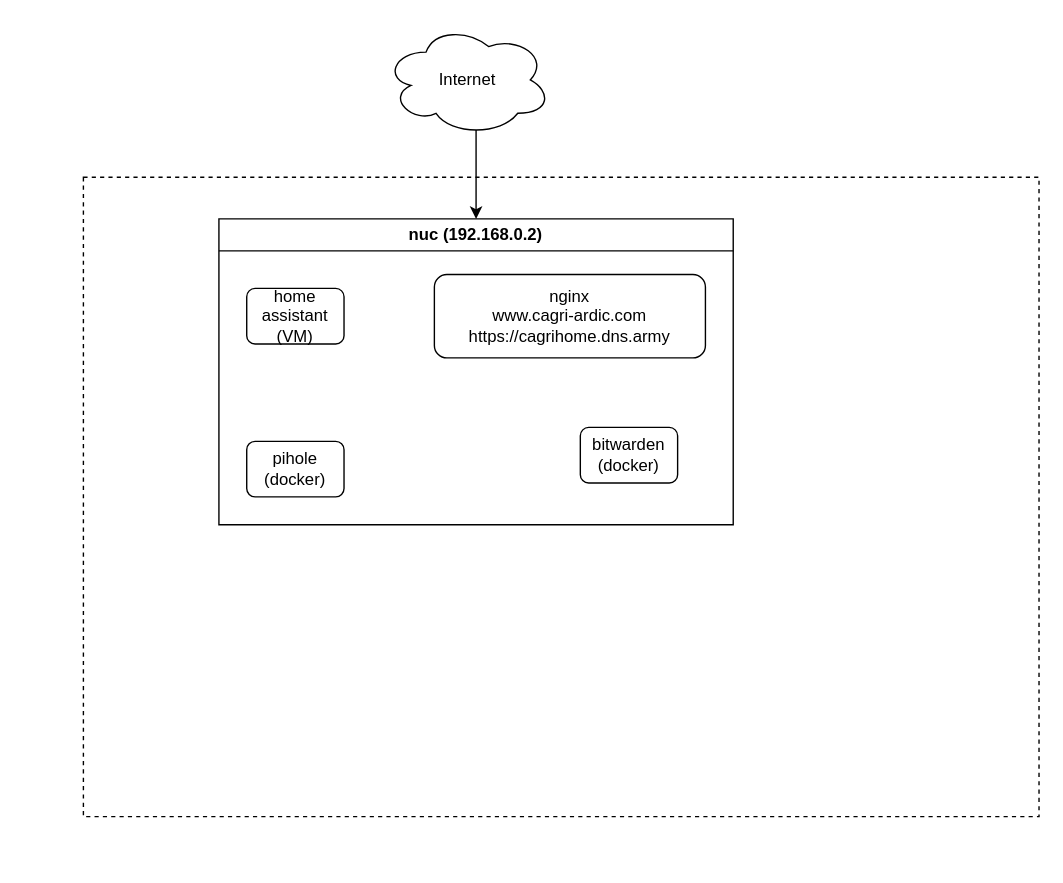
mcagriardic/hello-world keeps this draw.io diagram as Untitled Diagram.drawio. Above is the earlier version. Source tidied: cells renumbered, new cells numbered last; positions are measured from the earlier drawing's top-left corner, leaving out a move shared by most shapes. Both pictures are drawn from the tidied source at 139%, with x=0, y=0 at pixel (82, 24).
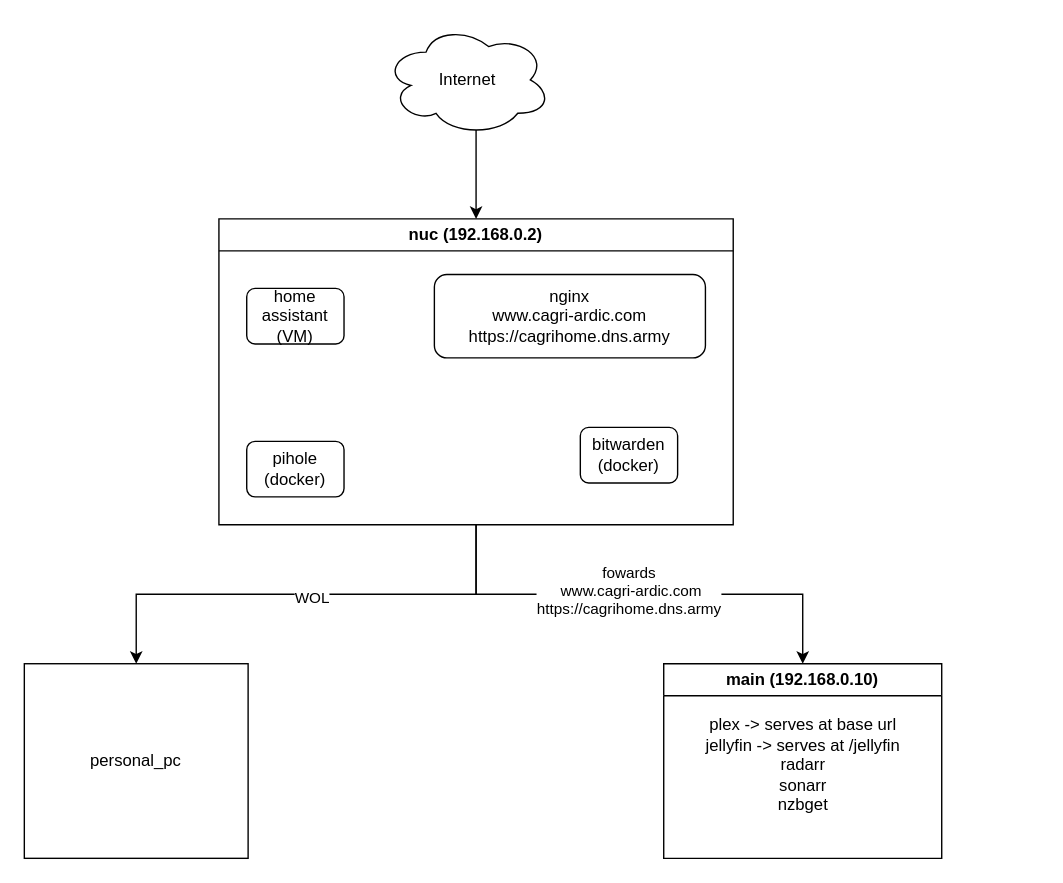
After the change.

Change to the diagram source:
```diff
@@
 <mxGraphModel>
   <root>
     <mxCell id="0" />
     <mxCell id="1" parent="0" />
-    <mxCell id="2" style="rounded=0;whiteSpace=wrap;html=1;dashed=1;fillColor=none;" parent="1" vertex="1">
-      <mxGeometry x="0.5" y="110" width="687.5" height="460" as="geometry" />
-    </mxCell>
     <mxCell id="3" style="edgeStyle=orthogonalEdgeStyle;rounded=0;jettySize=auto;html=1;entryX=0.5;entryY=0;entryDx=0;entryDy=0;exitX=0.55;exitY=0.95;exitDx=0;exitDy=0;exitPerimeter=0;" parent="1" edge="1" source="4" target="6">
       <mxGeometry relative="1" as="geometry" />
     </mxCell>
     <mxCell id="4" value="Internet" style="ellipse;shape=cloud;whiteSpace=wrap;html=1;" parent="1" vertex="1">
       <mxGeometry x="217" width="120" height="80" as="geometry" />
     </mxCell>
     <mxCell id="5" value="home assistant (VM)" style="rounded=1;whiteSpace=wrap;html=1;" parent="1" vertex="1">
       <mxGeometry x="118" y="190" width="70" height="40" as="geometry" />
     </mxCell>
+    <mxCell id="10" style="edgeStyle=orthogonalEdgeStyle;rounded=0;jettySize=auto;html=1;entryX=0.5;entryY=0;entryDx=0;entryDy=0;" parent="1" edge="1" source="6" target="14">
+      <mxGeometry relative="1" as="geometry" />
+    </mxCell>
+    <mxCell id="11" value="WOL" style="edgeLabel;html=1;align=center;verticalAlign=middle;" parent="10" vertex="1">
+      <mxGeometry x="-0.26" y="2" relative="1" as="geometry">
+        <mxPoint x="-42" as="offset" />
+      </mxGeometry>
+    </mxCell>
+    <mxCell id="12" style="edgeStyle=orthogonalEdgeStyle;rounded=0;jettySize=auto;html=1;entryX=0.5;entryY=0;entryDx=0;entryDy=0;" parent="1" edge="1" source="6" target="15">
+      <mxGeometry relative="1" as="geometry" />
+    </mxCell>
+    <mxCell id="13" value="fowards&lt;div&gt;&amp;nbsp;www.cagri-ardic.com&lt;/div&gt;&lt;div&gt;https://cagrihome.dns.army&lt;/div&gt;" style="edgeLabel;html=1;align=center;verticalAlign=middle;" parent="12" vertex="1">
+      <mxGeometry x="-0.05" y="3" relative="1" as="geometry" />
+    </mxCell>
     <mxCell id="6" value="nuc (192.168.0.2)" style="swimlane;whiteSpace=wrap;html=1;" parent="1" vertex="1">
       <mxGeometry x="98" y="140" width="370" height="220" as="geometry" />
     </mxCell>
     <mxCell id="7" value="nginx&lt;div&gt;www.cagri-ardic.com&lt;/div&gt;&lt;div&gt;https://cagrihome.dns.army&lt;/div&gt;" style="rounded=1;whiteSpace=wrap;html=1;" parent="6" vertex="1">
       <mxGeometry x="155" y="40" width="195" height="60" as="geometry" />
     </mxCell>
     <mxCell id="8" value="bitwarden&lt;div&gt;(docker)&lt;/div&gt;" style="rounded=1;whiteSpace=wrap;html=1;" parent="6" vertex="1">
       <mxGeometry x="260" y="150" width="70" height="40" as="geometry" />
     </mxCell>
     <mxCell id="9" value="pihole (docker)" style="rounded=1;whiteSpace=wrap;html=1;" parent="6" vertex="1">
       <mxGeometry x="20" y="160" width="70" height="40" as="geometry" />
     </mxCell>
+    <mxCell id="14" value="personal_pc" style="rounded=0;whiteSpace=wrap;html=1;" parent="1" vertex="1">
+      <mxGeometry x="-42" y="460" width="161" height="140" as="geometry" />
+    </mxCell>
+    <mxCell id="15" value="main (192.168.0.10)" style="swimlane;whiteSpace=wrap;html=1;" parent="1" vertex="1">
+      <mxGeometry x="418" y="460" width="200" height="140" as="geometry" />
+    </mxCell>
+    <mxCell id="16" value="plex -&amp;gt; serves at base url&lt;div&gt;jellyfin -&amp;gt; serves at /jellyfin&lt;/div&gt;&lt;div&gt;radarr&lt;/div&gt;&lt;div&gt;sonarr&lt;/div&gt;&lt;div&gt;nzbget&lt;/div&gt;&lt;div&gt;&lt;br&gt;&lt;/div&gt;" style="text;html=1;align=center;verticalAlign=middle;strokeColor=none;fillColor=none;" parent="15" vertex="1">
+      <mxGeometry x="20" y="30" width="160" height="100" as="geometry" />
+    </mxCell>
   </root>
 </mxGraphModel>
```
